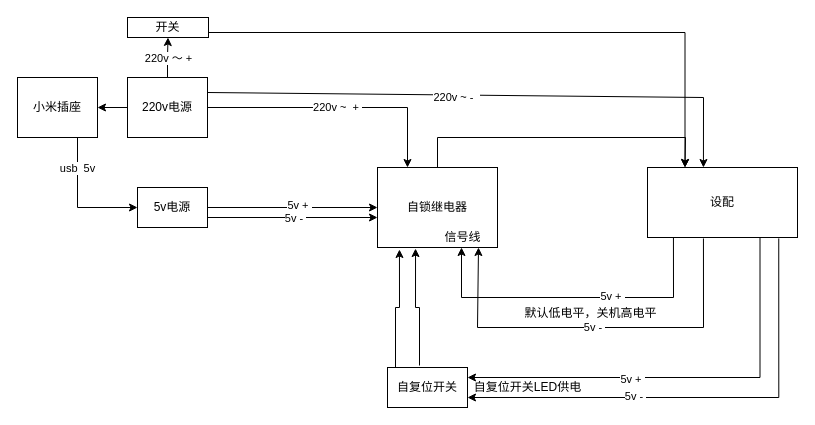
Mica-Ma/diagrams keeps this draw.io diagram as 未命名绘图.drawio. Above is the earlier version. Source tidied: cells renumbered, new cells numbered last; positions are measured from the earlier drawing's top-left corner, leaving out a move shared by most shapes. Both pictures are drawn from the tidied source at 100%, with x=0, y=0 at pixel (17, 17).
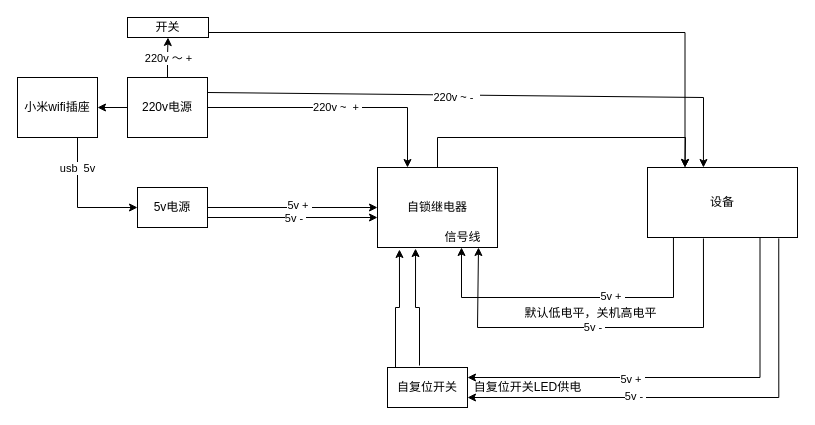
The same diagram, later.

What changed in the source:
```diff
@@
-    <mxCell id="12" value="设配" style="rounded=0;whiteSpace=wrap;html=1;" parent="1" vertex="1">
+    <mxCell id="12" value="设备" style="rounded=0;whiteSpace=wrap;html=1;" parent="1" vertex="1">
       <mxGeometry x="630" y="150" width="150" height="70" as="geometry" />
     </mxCell>
@@
-    <mxCell id="34" value="小米插座" style="rounded=0;whiteSpace=wrap;html=1;" parent="1" vertex="1">
+    <mxCell id="34" value="小米wifi插座" style="rounded=0;whiteSpace=wrap;html=1;" parent="1" vertex="1">
       <mxGeometry y="60" width="80" height="60" as="geometry" />
     </mxCell>
```
